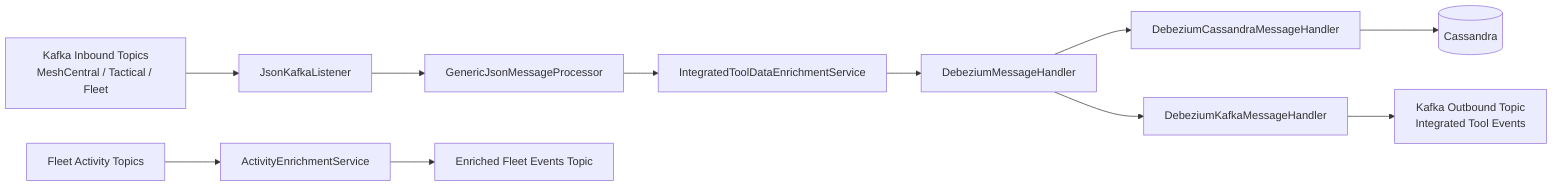
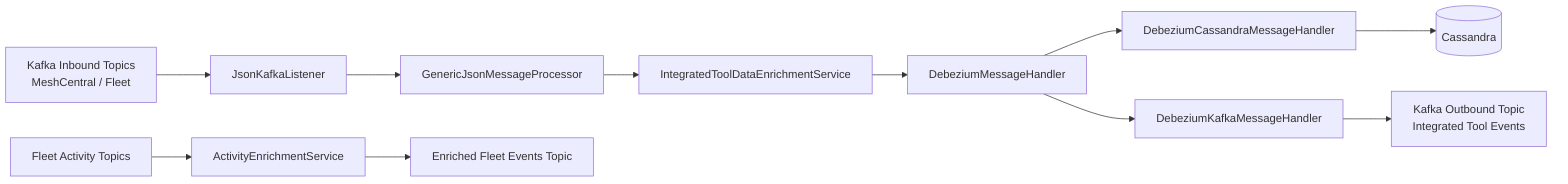
flowchart LR
-     KafkaInbound["Kafka Inbound Topics<br/>MeshCentral / Tactical / Fleet"] --> JsonListener["JsonKafkaListener"]
+     KafkaInbound["Kafka Inbound Topics<br/>MeshCentral / Fleet"] --> JsonListener["JsonKafkaListener"]
    JsonListener --> JsonProcessor["GenericJsonMessageProcessor"]
    JsonProcessor --> EnrichmentService["IntegratedToolDataEnrichmentService"]
    EnrichmentService --> HandlerRouter["DebeziumMessageHandler"]

    HandlerRouter --> CassandraHandler["DebeziumCassandraMessageHandler"]
    HandlerRouter --> KafkaHandler["DebeziumKafkaMessageHandler"]

    CassandraHandler --> CassandraDB[("Cassandra")]
    KafkaHandler --> KafkaOutbound["Kafka Outbound Topic<br/>Integrated Tool Events"]

    FleetActivities["Fleet Activity Topics"] --> ActivityStream["ActivityEnrichmentService"]
    ActivityStream --> EnrichedFleet["Enriched Fleet Events Topic"]
